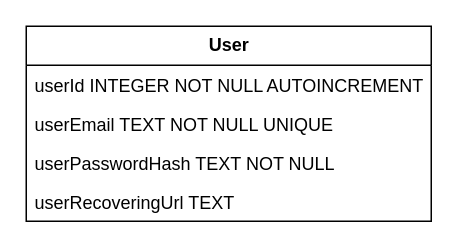
Earlier version of the draw.io diagram raw/db.drawio (aVorotnikov/micro_design). Source tidied: cells renumbered, new cells numbered last; positions are measured from the earlier drawing's top-left corner, leaving out a move shared by most shapes. Both pictures are drawn from the tidied source at 150%, with x=0, y=0 at pixel (26, 26).
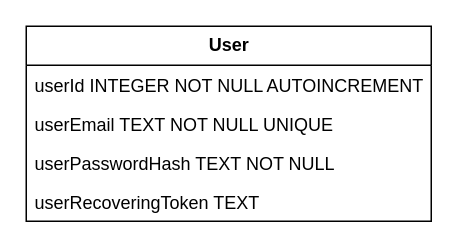
The same page after the edit.

Commit message (it also covers changes not shown here):
Схема БД исправлена по ревью

What changed in the source:
```diff
@@
 <mxGraphModel>
   <root>
     <mxCell id="0" />
     <mxCell id="1" parent="0" />
     <mxCell id="2" value="&lt;b&gt;User&lt;/b&gt;" style="swimlane;fontStyle=0;horizontal=1;startSize=26;fillColor=none;html=1;" parent="1" vertex="1">
       <mxGeometry width="270" height="130" as="geometry" />
     </mxCell>
     <mxCell id="3" value="userId INTEGER NOT NULL AUTOINCREMENT" style="text;strokeColor=none;fillColor=none;align=left;verticalAlign=top;spacingLeft=4;spacingRight=4;overflow=hidden;whiteSpace=wrap;html=1;" parent="2" vertex="1">
       <mxGeometry y="26" width="270" height="26" as="geometry" />
     </mxCell>
     <mxCell id="4" value="userEmail TEXT NOT NULL UNIQUE" style="text;strokeColor=none;fillColor=none;align=left;verticalAlign=top;spacingLeft=4;spacingRight=4;overflow=hidden;whiteSpace=wrap;html=1;" parent="2" vertex="1">
       <mxGeometry y="52" width="270" height="26" as="geometry" />
     </mxCell>
     <mxCell id="5" value="userPasswordHash TEXT NOT NULL" style="text;strokeColor=none;fillColor=none;align=left;verticalAlign=top;spacingLeft=4;spacingRight=4;overflow=hidden;whiteSpace=wrap;html=1;" parent="2" vertex="1">
       <mxGeometry y="78" width="270" height="26" as="geometry" />
     </mxCell>
-    <mxCell id="6" value="userRecoveringUrl TEXT" style="text;strokeColor=none;fillColor=none;align=left;verticalAlign=top;spacingLeft=4;spacingRight=4;overflow=hidden;whiteSpace=wrap;html=1;" parent="2" vertex="1">
+    <mxCell id="6" value="userRecoveringToken TEXT" style="text;strokeColor=none;fillColor=none;align=left;verticalAlign=top;spacingLeft=4;spacingRight=4;overflow=hidden;whiteSpace=wrap;html=1;" parent="2" vertex="1">
       <mxGeometry y="104" width="270" height="26" as="geometry" />
     </mxCell>
   </root>
 </mxGraphModel>
```
